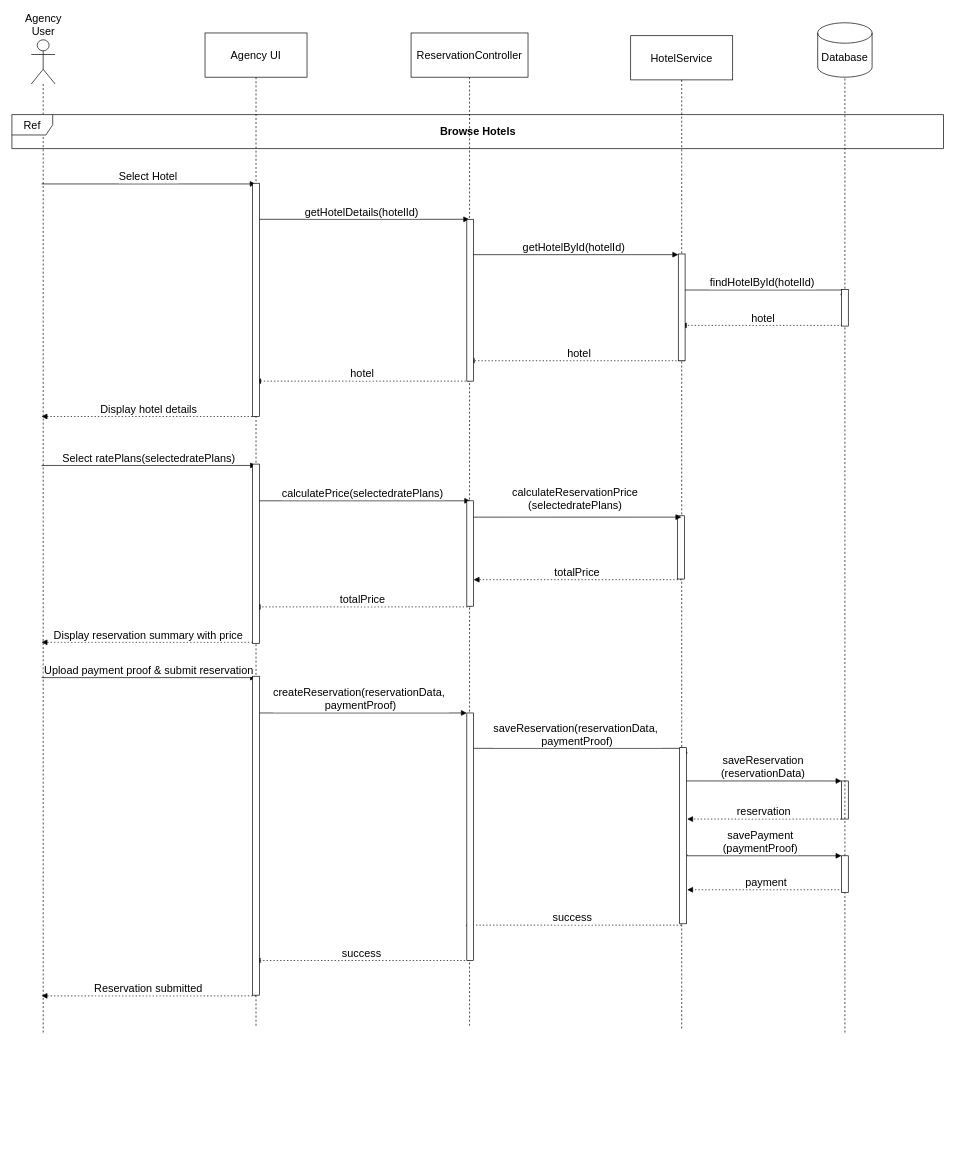
Before: page "agency make reservation-part1" (5 of 6) of sequence_diagram.drawio in jawharhmidi02/resrvy_diagrams, a draw.io diagram. Source tidied: cells renumbered, new cells numbered last; positions are measured from the earlier drawing's top-left corner, leaving out a move shared by most shapes. Both pictures are drawn from the tidied source at 68%, with x=0, y=0 at pixel (12, 22).
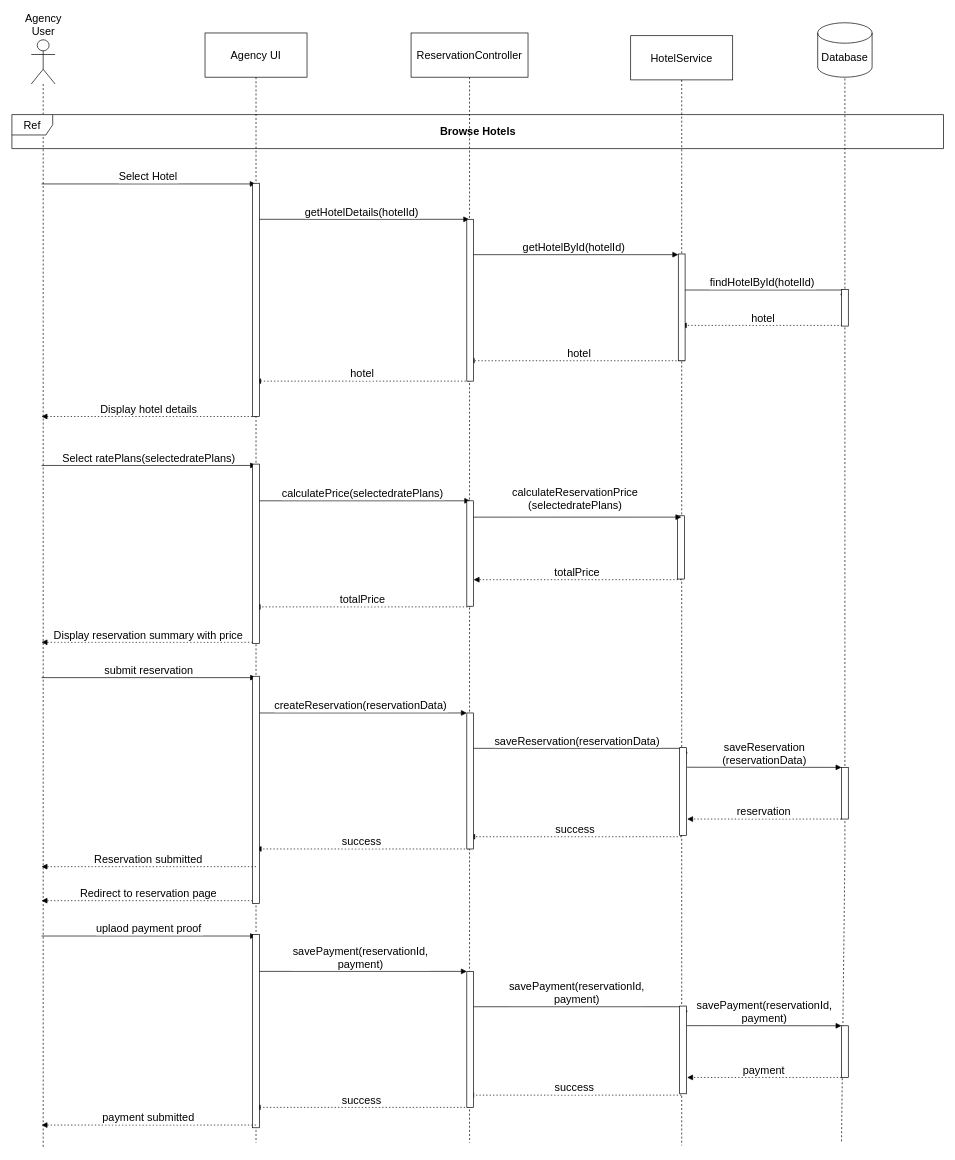
Above is the later version.

The change refers to these unchanged cells:
```xml
<mxCell id="22" style="shape=cylinder3;whiteSpace=wrap;html=1;boundedLbl=1;backgroundOutline=1;size=15;fontSize=16;" parent="1" vertex="1">
  <mxGeometry x="1185" width="80" height="80" as="geometry" />
</mxCell>
```

Change to the diagram source:
```diff
@@
+    <mxCell id="3" style="endArrow=none;dashed=1;html=1;rounded=0;entryX=0.5;entryY=1;entryDx=0;entryDy=0;entryPerimeter=0;fontSize=16;" parent="1" edge="1" target="22">
+      <mxGeometry relative="1" as="geometry">
+        <mxPoint x="1225" y="1225" as="sourcePoint" />
+      </mxGeometry>
+    </mxCell>
     <mxCell id="2" style="rounded=0;whiteSpace=wrap;html=1;fontSize=16;" parent="1" vertex="1">
-      <mxGeometry x="1220" y="1115" width="10" height="56" as="geometry" />
+      <mxGeometry x="1220" y="1095" width="10" height="76" as="geometry" />
     </mxCell>
-    <mxCell id="3" style="endArrow=none;dashed=1;html=1;rounded=0;entryX=0.5;entryY=1;entryDx=0;entryDy=0;entryPerimeter=0;fontSize=16;" parent="1" edge="1" source="48" target="22">
-      <mxGeometry relative="1" as="geometry" />
-    </mxCell>
     <mxCell id="4" value="HotelService" style="shape=umlLifeline;perimeter=lifelinePerimeter;whiteSpace=wrap;outlineConnect=0;portConstraint=eastwest;newEdgeStyle={&quot;edgeStyle&quot;:&quot;elbowEdgeStyle&quot;,&quot;elbow&quot;:&quot;vertical&quot;,&quot;curved&quot;:0,&quot;rounded&quot;:0};size=65;fontSize=16;" parent="1" vertex="1">
-      <mxGeometry x="910" y="19" width="150" height="1462" as="geometry" />
+      <mxGeometry x="910" y="19" width="150" height="1632" as="geometry" />
     </mxCell>
@@
     <mxCell id="7" value="Agency UI" style="shape=umlLifeline;perimeter=lifelinePerimeter;whiteSpace=wrap;outlineConnect=0;portConstraint=eastwest;newEdgeStyle={&quot;edgeStyle&quot;:&quot;elbowEdgeStyle&quot;,&quot;elbow&quot;:&quot;vertical&quot;,&quot;curved&quot;:0,&quot;rounded&quot;:0};size=65;fontSize=16;" parent="1" vertex="1">
-      <mxGeometry x="284" y="15" width="150" height="1462" as="geometry" />
+      <mxGeometry x="284" y="15" width="150" height="1632" as="geometry" />
     </mxCell>
     <mxCell id="8" value="ReservationController" style="shape=umlLifeline;perimeter=lifelinePerimeter;whiteSpace=wrap;outlineConnect=0;portConstraint=eastwest;newEdgeStyle={&quot;edgeStyle&quot;:&quot;elbowEdgeStyle&quot;,&quot;elbow&quot;:&quot;vertical&quot;,&quot;curved&quot;:0,&quot;rounded&quot;:0};size=65;fontSize=16;" parent="1" vertex="1">
-      <mxGeometry x="587" y="15" width="172" height="1462" as="geometry" />
+      <mxGeometry x="587" y="15" width="172" height="1632" as="geometry" />
     </mxCell>
@@
     <mxCell id="17" value="Agency User" style="shape=umlLifeline;perimeter=lifelinePerimeter;whiteSpace=wrap;newEdgeStyle={&quot;edgeStyle&quot;:&quot;elbowEdgeStyle&quot;,&quot;elbow&quot;:&quot;vertical&quot;,&quot;curved&quot;:0,&quot;rounded&quot;:0};participant=umlActor;verticalAlign=bottom;labelPosition=center;verticalLabelPosition=top;align=center;size=65;fontSize=16;" parent="1" vertex="1">
-      <mxGeometry x="28.5" y="25" width="35" height="1460" as="geometry" />
+      <mxGeometry x="28.5" y="25" width="35" height="1630" as="geometry" />
     </mxCell>
@@
-    <mxCell id="32" value="Upload payment proof &amp; submit reservation" style="verticalAlign=bottom;edgeStyle=elbowEdgeStyle;elbow=vertical;curved=0;rounded=0;endArrow=block;fontSize=16;" parent="1" edge="1">
+    <mxCell id="32" value="submit reservation" style="verticalAlign=bottom;edgeStyle=elbowEdgeStyle;elbow=vertical;curved=0;rounded=0;endArrow=block;fontSize=16;" parent="1" edge="1">
       <mxGeometry relative="1" as="geometry">
         <mxPoint x="43.6" y="963" as="sourcePoint" />
         <mxPoint x="359" y="963" as="targetPoint" />
         <Array as="points">
           <mxPoint x="251" y="963" />
         </Array>
       </mxGeometry>
     </mxCell>
-    <mxCell id="33" value="createReservation(reservationData, &#10;paymentProof)" style="verticalAlign=bottom;edgeStyle=elbowEdgeStyle;elbow=vertical;curved=0;rounded=0;endArrow=block;fontSize=16;entryX=0;entryY=0;entryDx=0;entryDy=0;" parent="1" edge="1" target="45">
+    <mxCell id="33" value="createReservation(reservationData)" style="verticalAlign=bottom;edgeStyle=elbowEdgeStyle;elbow=vertical;curved=0;rounded=0;endArrow=block;fontSize=16;entryX=0;entryY=0;entryDx=0;entryDy=0;" parent="1" edge="1" target="45">
       <mxGeometry relative="1" as="geometry">
         <mxPoint x="357" y="1015" as="sourcePoint" />
         <Array as="points">
           <mxPoint x="580" y="1015" />
         </Array>
       </mxGeometry>
     </mxCell>
-    <mxCell id="34" value="saveReservation(reservationData, &#10;paymentProof)" style="verticalAlign=bottom;edgeStyle=elbowEdgeStyle;elbow=vertical;curved=0;rounded=0;endArrow=block;fontSize=16;entryX=0.75;entryY=0;entryDx=0;entryDy=0;" parent="1" edge="1" source="8" target="46">
+    <mxCell id="34" value="saveReservation(reservationData)" style="verticalAlign=bottom;edgeStyle=elbowEdgeStyle;elbow=vertical;curved=0;rounded=0;endArrow=block;fontSize=16;entryX=0.75;entryY=0;entryDx=0;entryDy=0;" parent="1" edge="1" source="8" target="46">
       <mxGeometry relative="1" as="geometry">
         <Array as="points">
           <mxPoint x="917" y="1067" />
         </Array>
       </mxGeometry>
     </mxCell>
-    <mxCell id="35" value="saveReservation&#10;(reservationData)" style="verticalAlign=bottom;elbow=vertical;rounded=0;endArrow=block;fontSize=16;entryX=0;entryY=0;entryDx=0;entryDy=0;exitX=0.8;exitY=0.189;exitDx=0;exitDy=0;exitPerimeter=0;" parent="1" edge="1" source="46" target="2">
-      <mxGeometry relative="1" as="geometry" />
+    <mxCell id="35" value="saveReservation&#10;(reservationData)" style="verticalAlign=bottom;elbow=vertical;rounded=0;endArrow=block;fontSize=16;entryX=0;entryY=0;entryDx=0;entryDy=0;exitX=1.089;exitY=0.378;exitDx=0;exitDy=0;exitPerimeter=0;" parent="1" edge="1">
+      <mxGeometry relative="1" as="geometry">
+        <mxPoint x="992.9" y="1094.8" as="sourcePoint" />
+        <mxPoint x="1220" y="1095" as="targetPoint" />
+      </mxGeometry>
     </mxCell>
@@
-    <mxCell id="37" value="savePayment&#10;(paymentProof)" style="verticalAlign=bottom;edgeStyle=elbowEdgeStyle;elbow=vertical;curved=0;rounded=0;endArrow=block;fontSize=16;entryX=0;entryY=0;entryDx=0;entryDy=0;" parent="1" edge="1" target="48">
-      <mxGeometry x="-0.04" relative="1" as="geometry">
-        <mxPoint x="993" y="1223" as="sourcePoint" />
-        <Array as="points">
-          <mxPoint x="1350" y="1225" />
-        </Array>
-      </mxGeometry>
-    </mxCell>
-    <mxCell id="38" value="payment" style="verticalAlign=bottom;edgeStyle=elbowEdgeStyle;elbow=vertical;curved=0;rounded=0;dashed=1;dashPattern=2 3;endArrow=block;fontSize=16;exitX=0.25;exitY=1;exitDx=0;exitDy=0;" parent="1" edge="1" source="48">
-      <mxGeometry relative="1" as="geometry">
-        <mxPoint x="993" y="1275" as="targetPoint" />
-        <Array as="points">
-          <mxPoint x="1340" y="1275" />
-        </Array>
-      </mxGeometry>
-    </mxCell>
-    <mxCell id="39" value="success" style="verticalAlign=bottom;edgeStyle=elbowEdgeStyle;elbow=vertical;curved=0;rounded=0;dashed=1;dashPattern=2 3;endArrow=block;fontSize=16;entryX=0.308;entryY=0.838;entryDx=0;entryDy=0;entryPerimeter=0;" parent="1" edge="1" source="4" target="45">
+    <mxCell id="39" value="success" style="verticalAlign=bottom;edgeStyle=elbowEdgeStyle;elbow=vertical;curved=0;rounded=0;dashed=1;dashPattern=2 3;endArrow=block;fontSize=16;" parent="1" edge="1" target="8">
       <mxGeometry relative="1" as="geometry">
-        <Array as="points">
-          <mxPoint x="920" y="1327" />
-        </Array>
+        <mxPoint x="984.5" y="1197" as="sourcePoint" />
       </mxGeometry>
     </mxCell>
-    <mxCell id="40" value="success" style="verticalAlign=bottom;edgeStyle=elbowEdgeStyle;elbow=vertical;curved=0;rounded=0;dashed=1;dashPattern=2 3;endArrow=block;fontSize=16;exitX=0.25;exitY=1;exitDx=0;exitDy=0;" parent="1" edge="1" source="45">
+    <mxCell id="40" value="success" style="verticalAlign=bottom;edgeStyle=elbowEdgeStyle;elbow=vertical;curved=0;rounded=0;dashed=1;dashPattern=2 3;endArrow=block;fontSize=16;exitX=0.25;exitY=1;exitDx=0;exitDy=0;" parent="1" edge="1" source="45" target="7">
       <mxGeometry relative="1" as="geometry">
-        <mxPoint x="357" y="1379" as="targetPoint" />
         <Array as="points">
-          <mxPoint x="583" y="1379" />
+          <mxPoint x="510" y="1215" />
         </Array>
       </mxGeometry>
     </mxCell>
-    <mxCell id="41" value="Reservation submitted" style="verticalAlign=bottom;edgeStyle=elbowEdgeStyle;elbow=vertical;curved=0;rounded=0;dashed=1;dashPattern=2 3;endArrow=block;fontSize=16;" parent="1" edge="1">
+    <mxCell id="41" value="Redirect to reservation page" style="verticalAlign=bottom;edgeStyle=elbowEdgeStyle;elbow=vertical;curved=0;rounded=0;dashed=1;dashPattern=2 3;endArrow=block;fontSize=16;" parent="1" edge="1">
       <mxGeometry relative="1" as="geometry">
-        <mxPoint x="359" y="1431" as="sourcePoint" />
-        <mxPoint x="43.6" y="1431" as="targetPoint" />
+        <mxPoint x="359" y="1291" as="sourcePoint" />
+        <mxPoint x="43.6" y="1291" as="targetPoint" />
         <Array as="points">
-          <mxPoint x="254" y="1431" />
+          <mxPoint x="254" y="1291" />
         </Array>
       </mxGeometry>
     </mxCell>
@@
     <mxCell id="43" style="rounded=0;whiteSpace=wrap;html=1;fontSize=16;" parent="1" vertex="1">
-      <mxGeometry x="354" y="961" width="10" height="469" as="geometry" />
+      <mxGeometry x="354" y="961" width="10" height="334" as="geometry" />
     </mxCell>
@@
     <mxCell id="45" style="rounded=0;whiteSpace=wrap;html=1;fontSize=16;" parent="1" vertex="1">
-      <mxGeometry x="669" y="1015" width="10" height="364" as="geometry" />
+      <mxGeometry x="669" y="1015" width="10" height="200" as="geometry" />
     </mxCell>
     <mxCell id="46" style="rounded=0;whiteSpace=wrap;html=1;fontSize=16;" parent="1" vertex="1">
-      <mxGeometry x="982" y="1066" width="10" height="259" as="geometry" />
+      <mxGeometry x="982" y="1066" width="10" height="129" as="geometry" />
     </mxCell>
-    <mxCell id="47" style="endArrow=none;dashed=1;html=1;rounded=0;entryX=0.5;entryY=1;entryDx=0;entryDy=0;entryPerimeter=0;fontSize=16;" parent="1" edge="1" target="48">
+    <mxCell id="47" style="endArrow=none;dashed=1;html=1;rounded=0;fontSize=16;" parent="1" edge="1">
       <mxGeometry relative="1" as="geometry">
-        <mxPoint x="1225" y="1485" as="sourcePoint" />
+        <mxPoint x="1220" y="1645" as="sourcePoint" />
+        <mxPoint x="1225" y="1225" as="targetPoint" />
       </mxGeometry>
     </mxCell>
-    <mxCell id="48" style="rounded=0;whiteSpace=wrap;html=1;fontSize=16;" parent="1" vertex="1">
-      <mxGeometry x="1220" y="1225" width="10" height="54" as="geometry" />
-    </mxCell>
+    <mxCell id="49" value="Reservation submitted" style="verticalAlign=bottom;edgeStyle=elbowEdgeStyle;elbow=vertical;curved=0;rounded=0;dashed=1;dashPattern=2 3;endArrow=block;fontSize=16;" parent="1" edge="1">
+      <mxGeometry relative="1" as="geometry">
+        <mxPoint x="359" y="1241" as="sourcePoint" />
+        <mxPoint x="43.6" y="1241" as="targetPoint" />
+        <Array as="points">
+          <mxPoint x="254" y="1241" />
+        </Array>
+      </mxGeometry>
+    </mxCell>
+    <mxCell id="50" style="rounded=0;whiteSpace=wrap;html=1;fontSize=16;" parent="1" vertex="1">
+      <mxGeometry x="1220" y="1475" width="10" height="76" as="geometry" />
+    </mxCell>
+    <mxCell id="51" value="uplaod payment proof" style="verticalAlign=bottom;edgeStyle=elbowEdgeStyle;elbow=vertical;curved=0;rounded=0;endArrow=block;fontSize=16;" parent="1" edge="1">
+      <mxGeometry relative="1" as="geometry">
+        <mxPoint x="43.6" y="1343" as="sourcePoint" />
+        <mxPoint x="359" y="1343" as="targetPoint" />
+        <Array as="points">
+          <mxPoint x="251" y="1343" />
+        </Array>
+      </mxGeometry>
+    </mxCell>
+    <mxCell id="52" value="savePayment(reservationId,&#10;payment)" style="verticalAlign=bottom;edgeStyle=elbowEdgeStyle;elbow=vertical;curved=0;rounded=0;endArrow=block;fontSize=16;entryX=0;entryY=0;entryDx=0;entryDy=0;" parent="1" edge="1" target="58">
+      <mxGeometry relative="1" as="geometry">
+        <mxPoint x="357" y="1395" as="sourcePoint" />
+        <Array as="points">
+          <mxPoint x="580" y="1395" />
+        </Array>
+      </mxGeometry>
+    </mxCell>
+    <mxCell id="53" value="savePayment(reservationId,&#10;payment)" style="verticalAlign=bottom;edgeStyle=elbowEdgeStyle;elbow=vertical;curved=0;rounded=0;endArrow=block;fontSize=16;entryX=0.75;entryY=0;entryDx=0;entryDy=0;" parent="1" edge="1" target="59">
+      <mxGeometry relative="1" as="geometry">
+        <mxPoint x="671" y="1447" as="sourcePoint" />
+        <Array as="points">
+          <mxPoint x="917" y="1447" />
+        </Array>
+      </mxGeometry>
+    </mxCell>
+    <mxCell id="54" value="savePayment(reservationId,&#10;payment)" style="verticalAlign=bottom;elbow=vertical;rounded=0;endArrow=block;fontSize=16;entryX=0;entryY=0;entryDx=0;entryDy=0;exitX=1.089;exitY=0.378;exitDx=0;exitDy=0;exitPerimeter=0;" parent="1" edge="1">
+      <mxGeometry relative="1" as="geometry">
+        <mxPoint x="992.9" y="1474.8" as="sourcePoint" />
+        <mxPoint x="1220" y="1475" as="targetPoint" />
+      </mxGeometry>
+    </mxCell>
+    <mxCell id="38" value="payment" style="verticalAlign=bottom;edgeStyle=elbowEdgeStyle;elbow=vertical;curved=0;rounded=0;dashed=1;dashPattern=2 3;endArrow=block;fontSize=16;exitX=0;exitY=1;exitDx=0;exitDy=0;" parent="1" edge="1" source="50">
+      <mxGeometry relative="1" as="geometry">
+        <mxPoint x="993" y="1551" as="targetPoint" />
+      </mxGeometry>
+    </mxCell>
+    <mxCell id="55" value="success" style="verticalAlign=bottom;edgeStyle=elbowEdgeStyle;elbow=vertical;curved=0;rounded=0;dashed=1;dashPattern=2 3;endArrow=block;fontSize=16;" parent="1" edge="1">
+      <mxGeometry relative="1" as="geometry">
+        <mxPoint x="984.5" y="1577" as="sourcePoint" />
+        <mxPoint x="671" y="1577" as="targetPoint" />
+      </mxGeometry>
+    </mxCell>
+    <mxCell id="56" value="success" style="verticalAlign=bottom;edgeStyle=elbowEdgeStyle;elbow=vertical;curved=0;rounded=0;dashed=1;dashPattern=2 3;endArrow=block;fontSize=16;exitX=0.25;exitY=1;exitDx=0;exitDy=0;" parent="1" edge="1" source="58">
+      <mxGeometry relative="1" as="geometry">
+        <mxPoint x="357" y="1595" as="targetPoint" />
+        <Array as="points">
+          <mxPoint x="510" y="1595" />
+        </Array>
+      </mxGeometry>
+    </mxCell>
+    <mxCell id="57" style="rounded=0;whiteSpace=wrap;html=1;fontSize=16;" parent="1" vertex="1">
+      <mxGeometry x="354" y="1341" width="10" height="284" as="geometry" />
+    </mxCell>
+    <mxCell id="58" style="rounded=0;whiteSpace=wrap;html=1;fontSize=16;" parent="1" vertex="1">
+      <mxGeometry x="669" y="1395" width="10" height="200" as="geometry" />
+    </mxCell>
+    <mxCell id="59" style="rounded=0;whiteSpace=wrap;html=1;fontSize=16;" parent="1" vertex="1">
+      <mxGeometry x="982" y="1446" width="10" height="129" as="geometry" />
+    </mxCell>
+    <mxCell id="60" value="payment submitted" style="verticalAlign=bottom;edgeStyle=elbowEdgeStyle;elbow=vertical;curved=0;rounded=0;dashed=1;dashPattern=2 3;endArrow=block;fontSize=16;" parent="1" edge="1">
+      <mxGeometry relative="1" as="geometry">
+        <mxPoint x="359" y="1621" as="sourcePoint" />
+        <mxPoint x="43.6" y="1621" as="targetPoint" />
+        <Array as="points">
+          <mxPoint x="254" y="1621" />
+        </Array>
+      </mxGeometry>
+    </mxCell>
```
